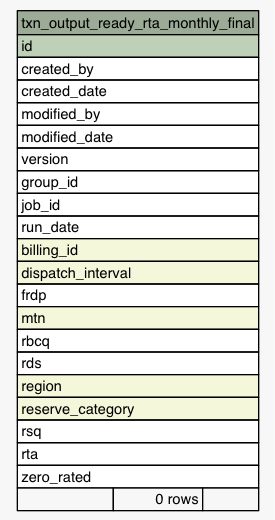
Before: Data/settlement/diagrams/summary/txn_output_ready_rta_monthly_final.1degree.png, a diagram exported from Graphviz (eyana-m/python-data-dictionary-writer). Its source is kept beside it as Data/settlement/diagrams/summary/txn_output_ready_rta_monthly_final.1degree.dot. Source of this version:
```dot
digraph "txn_output_ready_rta_monthly_final" {
  graph [
    rankdir="RL"
    bgcolor="#f7f7f7"
    nodesep="0.18"
    ranksep="0.46"
    fontname="Helvetica"
    fontsize="11"
  ];
  node [
    fontname="Helvetica"
    fontsize="11"
    shape="plaintext"
  ];
  edge [
    arrowsize="0.8"
  ];
  "txn_output_ready_rta_monthly_final" [
    label=<
    <TABLE BORDER="0" CELLBORDER="1" CELLSPACING="0" BGCOLOR="#ffffff">
      <TR><TD COLSPAN="3" BGCOLOR="#9bab96" ALIGN="CENTER">txn_output_ready_rta_monthly_final</TD></TR>
      <TR><TD PORT="id" COLSPAN="3" BGCOLOR="#bed1b8" ALIGN="LEFT">id</TD></TR>
      <TR><TD PORT="created_by" COLSPAN="3" ALIGN="LEFT">created_by</TD></TR>
      <TR><TD PORT="created_date" COLSPAN="3" ALIGN="LEFT">created_date</TD></TR>
      <TR><TD PORT="modified_by" COLSPAN="3" ALIGN="LEFT">modified_by</TD></TR>
      <TR><TD PORT="modified_date" COLSPAN="3" ALIGN="LEFT">modified_date</TD></TR>
      <TR><TD PORT="version" COLSPAN="3" ALIGN="LEFT">version</TD></TR>
      <TR><TD PORT="group_id" COLSPAN="3" ALIGN="LEFT">group_id</TD></TR>
      <TR><TD PORT="job_id" COLSPAN="3" ALIGN="LEFT">job_id</TD></TR>
      <TR><TD PORT="run_date" COLSPAN="3" ALIGN="LEFT">run_date</TD></TR>
      <TR><TD PORT="billing_id" COLSPAN="3" BGCOLOR="#f4f7da" ALIGN="LEFT">billing_id</TD></TR>
      <TR><TD PORT="dispatch_interval" COLSPAN="3" BGCOLOR="#f4f7da" ALIGN="LEFT">dispatch_interval</TD></TR>
      <TR><TD PORT="frdp" COLSPAN="3" ALIGN="LEFT">frdp</TD></TR>
      <TR><TD PORT="mtn" COLSPAN="3" BGCOLOR="#f4f7da" ALIGN="LEFT">mtn</TD></TR>
      <TR><TD PORT="rbcq" COLSPAN="3" ALIGN="LEFT">rbcq</TD></TR>
      <TR><TD PORT="rds" COLSPAN="3" ALIGN="LEFT">rds</TD></TR>
      <TR><TD PORT="region" COLSPAN="3" BGCOLOR="#f4f7da" ALIGN="LEFT">region</TD></TR>
      <TR><TD PORT="reserve_category" COLSPAN="3" BGCOLOR="#f4f7da" ALIGN="LEFT">reserve_category</TD></TR>
      <TR><TD PORT="rsq" COLSPAN="3" ALIGN="LEFT">rsq</TD></TR>
      <TR><TD PORT="rta" COLSPAN="3" ALIGN="LEFT">rta</TD></TR>
      <TR><TD PORT="zero_rated" COLSPAN="3" ALIGN="LEFT">zero_rated</TD></TR>
      <TR><TD ALIGN="LEFT" BGCOLOR="#f7f7f7">  </TD><TD ALIGN="RIGHT" BGCOLOR="#f7f7f7">0 rows</TD><TD ALIGN="RIGHT" BGCOLOR="#f7f7f7">  </TD></TR>
    </TABLE>>
    URL="tables/txn_output_ready_rta_monthly_final.html"
    tooltip="txn_output_ready_rta_monthly_final"
  ];
}
```
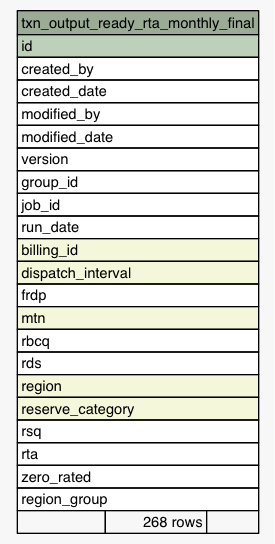
After the commit.

What changed in the source:
```diff
@@ -39,7 +39,8 @@
       <TR><TD PORT="rsq" COLSPAN="3" ALIGN="LEFT">rsq</TD></TR>
       <TR><TD PORT="rta" COLSPAN="3" ALIGN="LEFT">rta</TD></TR>
       <TR><TD PORT="zero_rated" COLSPAN="3" ALIGN="LEFT">zero_rated</TD></TR>
-      <TR><TD ALIGN="LEFT" BGCOLOR="#f7f7f7">  </TD><TD ALIGN="RIGHT" BGCOLOR="#f7f7f7">0 rows</TD><TD ALIGN="RIGHT" BGCOLOR="#f7f7f7">  </TD></TR>
+      <TR><TD PORT="region_group" COLSPAN="3" ALIGN="LEFT">region_group</TD></TR>
+      <TR><TD ALIGN="LEFT" BGCOLOR="#f7f7f7">  </TD><TD ALIGN="RIGHT" BGCOLOR="#f7f7f7">268 rows</TD><TD ALIGN="RIGHT" BGCOLOR="#f7f7f7">  </TD></TR>
     </TABLE>>
     URL="tables/txn_output_ready_rta_monthly_final.html"
     tooltip="txn_output_ready_rta_monthly_final"
```
